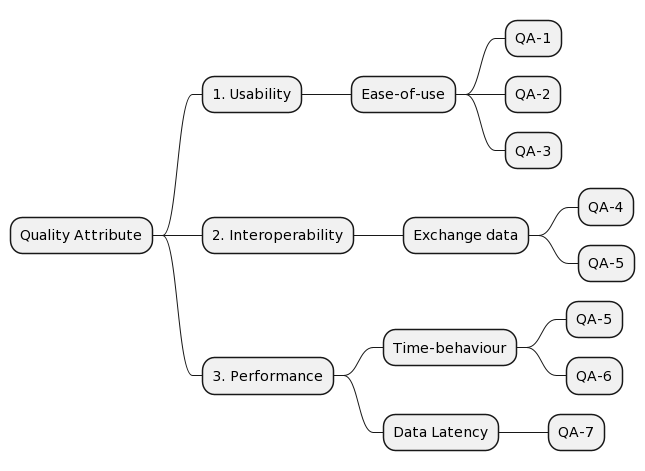
Earlier version of the PlantUML export assets/quality_tree.png (Bruno-Macedo/Soft.Arch).
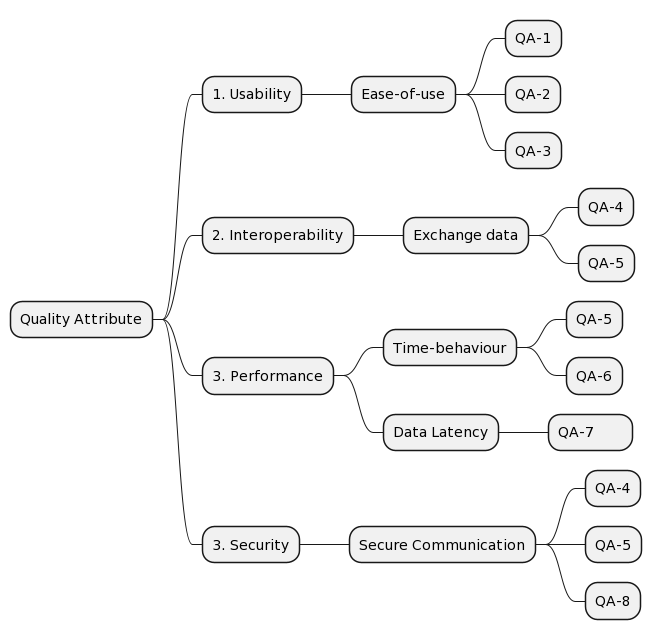
After the change.

The edit, as a diff of the source:
```diff
@@ -15,5 +15,9 @@
 			* QA-6
 		* Data Latency
 			* QA-7
-
+	* 3. Security
+		* Secure Communication
+			* QA-4
+			* QA-5
+			* QA-8
 @endmindmap
```
